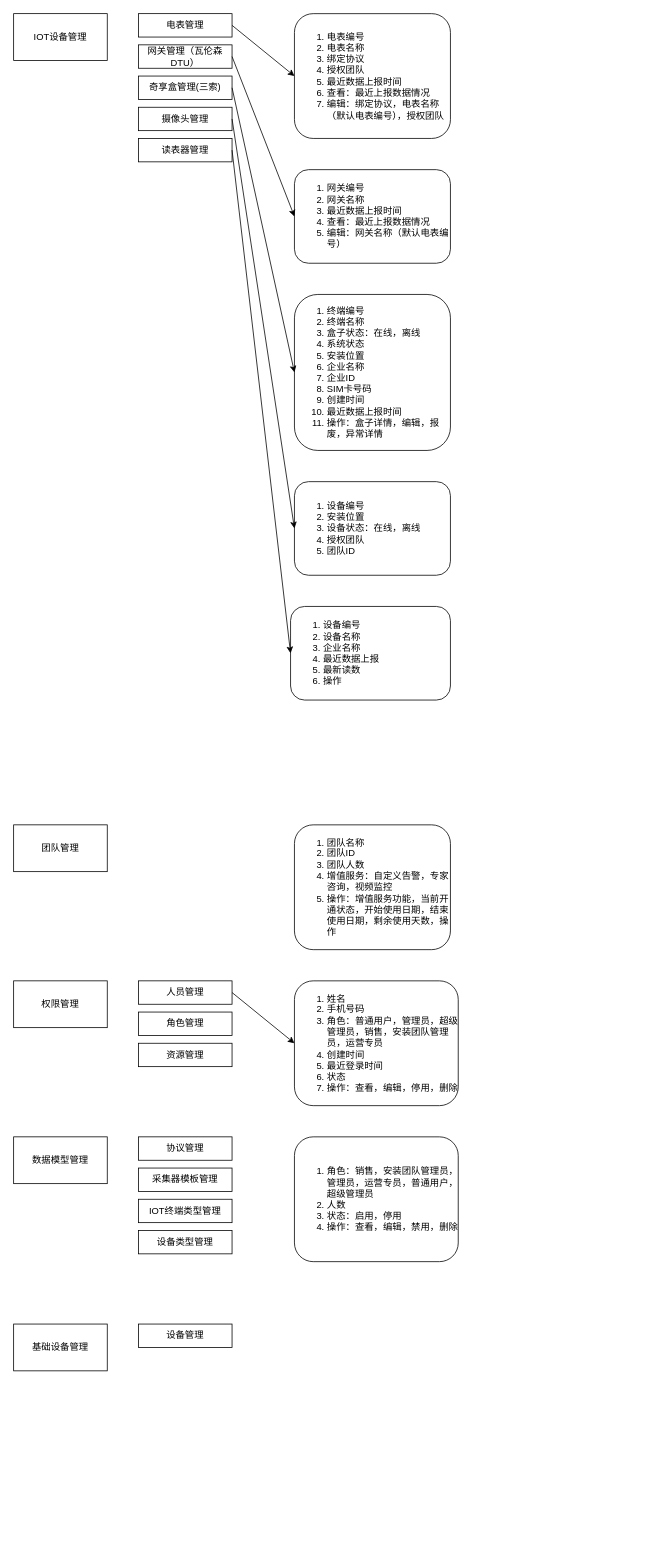
Earlier version of the draw.io diagram XdeasManagement.drawio (wenhaoyi/Xdeas). Source tidied: cells renumbered, new cells numbered last; positions are measured from the earlier drawing's top-left corner, leaving out a move shared by most shapes. Both pictures are drawn from the tidied source at 78%, with x=0, y=0 at pixel (13, 13).
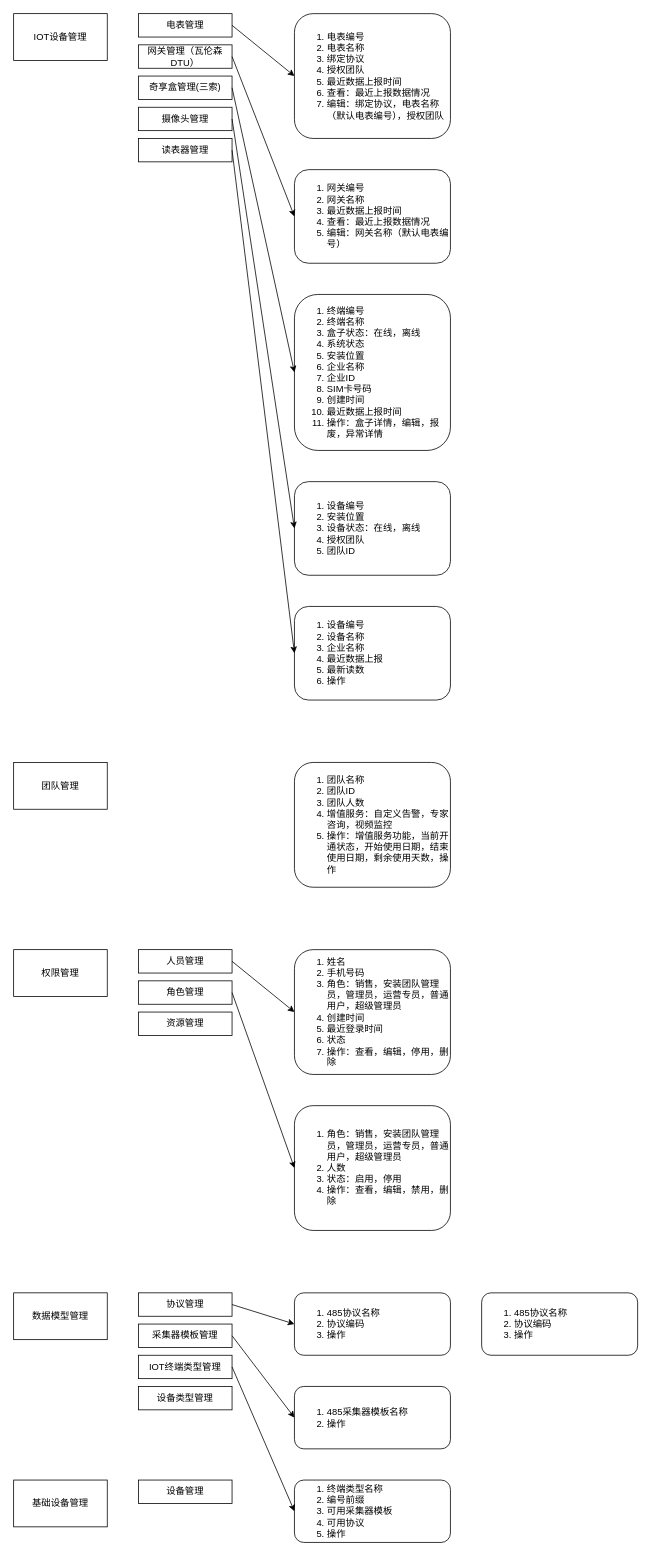
The same page after the edit.

What changed in the source:
```diff
@@
     <mxCell id="8" value="团队管理" style="rounded=0;whiteSpace=wrap;html=1;" parent="1" vertex="1">
-      <mxGeometry y="1040" width="120" height="60" as="geometry" />
+      <mxGeometry y="960" width="120" height="60" as="geometry" />
     </mxCell>
     <mxCell id="9" value="权限管理" style="rounded=0;whiteSpace=wrap;html=1;" parent="1" vertex="1">
-      <mxGeometry y="1240" width="120" height="60" as="geometry" />
+      <mxGeometry y="1200" width="120" height="60" as="geometry" />
     </mxCell>
     <mxCell id="10" value="人员管理" style="rounded=0;whiteSpace=wrap;html=1;flipH=1;flipV=1;" parent="1" vertex="1">
-      <mxGeometry x="160" y="1240" width="120" height="30" as="geometry" />
+      <mxGeometry x="160" y="1200" width="120" height="30" as="geometry" />
     </mxCell>
     <mxCell id="11" value="角色管理" style="rounded=0;whiteSpace=wrap;html=1;flipH=1;flipV=1;" parent="1" vertex="1">
-      <mxGeometry x="160" y="1280" width="120" height="30" as="geometry" />
+      <mxGeometry x="160" y="1240" width="120" height="30" as="geometry" />
     </mxCell>
     <mxCell id="12" value="资源管理" style="rounded=0;whiteSpace=wrap;html=1;flipH=1;flipV=1;" parent="1" vertex="1">
-      <mxGeometry x="160" y="1320" width="120" height="30" as="geometry" />
+      <mxGeometry x="160" y="1280" width="120" height="30" as="geometry" />
     </mxCell>
     <mxCell id="13" value="数据模型管理" style="rounded=0;whiteSpace=wrap;html=1;" parent="1" vertex="1">
-      <mxGeometry y="1440" width="120" height="60" as="geometry" />
+      <mxGeometry y="1640" width="120" height="60" as="geometry" />
     </mxCell>
     <mxCell id="14" value="协议管理" style="rounded=0;whiteSpace=wrap;html=1;flipH=1;flipV=1;" parent="1" vertex="1">
-      <mxGeometry x="160" y="1440" width="120" height="30" as="geometry" />
+      <mxGeometry x="160" y="1640" width="120" height="30" as="geometry" />
     </mxCell>
     <mxCell id="15" value="采集器模板管理" style="rounded=0;whiteSpace=wrap;html=1;flipH=1;flipV=1;" parent="1" vertex="1">
-      <mxGeometry x="160" y="1480" width="120" height="30" as="geometry" />
+      <mxGeometry x="160" y="1680" width="120" height="30" as="geometry" />
     </mxCell>
     <mxCell id="16" value="IOT终端类型管理" style="rounded=0;whiteSpace=wrap;html=1;flipH=1;flipV=1;" parent="1" vertex="1">
-      <mxGeometry x="160" y="1520" width="120" height="30" as="geometry" />
+      <mxGeometry x="160" y="1720" width="120" height="30" as="geometry" />
     </mxCell>
     <mxCell id="17" value="设备类型管理" style="rounded=0;whiteSpace=wrap;html=1;flipH=1;flipV=1;" parent="1" vertex="1">
-      <mxGeometry x="160" y="1560" width="120" height="30" as="geometry" />
+      <mxGeometry x="160" y="1760" width="120" height="30" as="geometry" />
     </mxCell>
     <mxCell id="18" value="基础设备管理" style="rounded=0;whiteSpace=wrap;html=1;" parent="1" vertex="1">
-      <mxGeometry y="1680" width="120" height="60" as="geometry" />
+      <mxGeometry y="1880" width="120" height="60" as="geometry" />
     </mxCell>
     <mxCell id="19" value="设备管理" style="rounded=0;whiteSpace=wrap;html=1;flipH=1;flipV=1;" parent="1" vertex="1">
-      <mxGeometry x="160" y="1680" width="120" height="30" as="geometry" />
+      <mxGeometry x="160" y="1880" width="120" height="30" as="geometry" />
     </mxCell>
@@
     <mxCell id="28" value="&lt;ol&gt;&lt;li&gt;设备编号&lt;/li&gt;&lt;li&gt;设备名称&lt;/li&gt;&lt;li&gt;企业名称&lt;/li&gt;&lt;li&gt;最近数据上报&lt;/li&gt;&lt;li&gt;最新读数&lt;/li&gt;&lt;li&gt;操作&lt;/li&gt;&lt;/ol&gt;" style="rounded=1;whiteSpace=wrap;html=1;align=left;" parent="1" vertex="1">
-      <mxGeometry x="355" y="760" width="205" height="120" as="geometry" />
+      <mxGeometry x="360" y="760" width="200" height="120" as="geometry" />
     </mxCell>
@@
     <mxCell id="30" value="&lt;ol&gt;&lt;li&gt;团队名称&lt;/li&gt;&lt;li&gt;团队ID&lt;/li&gt;&lt;li&gt;团队人数&lt;/li&gt;&lt;li&gt;增值服务：自定义告警，专家咨询，视频监控&lt;/li&gt;&lt;li&gt;操作：增值服务功能，当前开通状态，开始使用日期，结束使用日期，剩余使用天数，操作&lt;/li&gt;&lt;/ol&gt;" style="rounded=1;whiteSpace=wrap;html=1;align=left;" parent="1" vertex="1">
-      <mxGeometry x="360" y="1040" width="200" height="160" as="geometry" />
+      <mxGeometry x="360" y="960" width="200" height="160" as="geometry" />
     </mxCell>
-    <mxCell id="31" value="&lt;ol&gt;&lt;li&gt;姓名&lt;/li&gt;&lt;li&gt;手机号码&lt;/li&gt;&lt;li&gt;角色：普通用户，管理员，超级管理员，销售，安装团队管理员，运营专员&lt;/li&gt;&lt;li&gt;创建时间&lt;/li&gt;&lt;li&gt;最近登录时间&lt;/li&gt;&lt;li&gt;状态&lt;/li&gt;&lt;li&gt;操作：查看，编辑，停用，删除&lt;/li&gt;&lt;/ol&gt;" style="rounded=1;whiteSpace=wrap;html=1;align=left;" parent="1" vertex="1">
-      <mxGeometry x="360" y="1240" width="210" height="160" as="geometry" />
+    <mxCell id="31" value="&lt;ol&gt;&lt;li&gt;姓名&lt;/li&gt;&lt;li&gt;手机号码&lt;/li&gt;&lt;li&gt;角色：销售，安装团队管理员，管理员，运营专员，普通用户，超级管理员&lt;/li&gt;&lt;li&gt;创建时间&lt;/li&gt;&lt;li&gt;最近登录时间&lt;/li&gt;&lt;li&gt;状态&lt;/li&gt;&lt;li&gt;操作：查看，编辑，停用，删除&lt;/li&gt;&lt;/ol&gt;" style="rounded=1;whiteSpace=wrap;html=1;align=left;" parent="1" vertex="1">
+      <mxGeometry x="360" y="1200" width="200" height="160" as="geometry" />
     </mxCell>
@@
     <mxCell id="33" value="&lt;ol&gt;&lt;li&gt;角色：销售，安装团队管理员，管理员，运营专员，普通用户，超级管理员&lt;/li&gt;&lt;li&gt;人数&lt;/li&gt;&lt;li&gt;状态：启用，停用&lt;/li&gt;&lt;li&gt;操作：查看，编辑，禁用，删除&lt;/li&gt;&lt;/ol&gt;" style="rounded=1;whiteSpace=wrap;html=1;align=left;" parent="1" vertex="1">
-      <mxGeometry x="360" y="1440" width="210" height="160" as="geometry" />
+      <mxGeometry x="360" y="1400" width="200" height="160" as="geometry" />
     </mxCell>
+    <mxCell id="34" style="endArrow=classic;html=1;rounded=0;entryX=0;entryY=0.5;entryDx=0;entryDy=0;exitX=1;exitY=0.5;exitDx=0;exitDy=0;" parent="1" edge="1" source="11" target="33">
+      <mxGeometry relative="1" as="geometry" />
+    </mxCell>
+    <mxCell id="35" value="&lt;ol&gt;&lt;li&gt;485协议名称&lt;/li&gt;&lt;li&gt;协议编码&lt;/li&gt;&lt;li&gt;操作&lt;/li&gt;&lt;/ol&gt;" style="rounded=1;whiteSpace=wrap;html=1;align=left;" parent="1" vertex="1">
+      <mxGeometry x="360" y="1640" width="200" height="80" as="geometry" />
+    </mxCell>
+    <mxCell id="36" value="&lt;ol&gt;&lt;li&gt;485协议名称&lt;/li&gt;&lt;li&gt;协议编码&lt;/li&gt;&lt;li&gt;操作&lt;/li&gt;&lt;/ol&gt;" style="rounded=1;whiteSpace=wrap;html=1;align=left;" parent="1" vertex="1">
+      <mxGeometry x="600" y="1640" width="200" height="80" as="geometry" />
+    </mxCell>
+    <mxCell id="37" value="&lt;ol&gt;&lt;li&gt;485采集器模板名称&lt;/li&gt;&lt;li&gt;操作&lt;/li&gt;&lt;/ol&gt;" style="rounded=1;whiteSpace=wrap;html=1;align=left;" parent="1" vertex="1">
+      <mxGeometry x="360" y="1760" width="200" height="80" as="geometry" />
+    </mxCell>
+    <mxCell id="38" value="&lt;ol&gt;&lt;li&gt;终端类型名称&lt;/li&gt;&lt;li&gt;编号前缀&lt;/li&gt;&lt;li&gt;可用采集器模板&lt;/li&gt;&lt;li&gt;可用协议&lt;/li&gt;&lt;li&gt;操作&lt;/li&gt;&lt;/ol&gt;" style="rounded=1;whiteSpace=wrap;html=1;align=left;" parent="1" vertex="1">
+      <mxGeometry x="360" y="1880" width="200" height="80" as="geometry" />
+    </mxCell>
+    <mxCell id="39" style="endArrow=classic;html=1;rounded=0;exitX=1;exitY=0.5;exitDx=0;exitDy=0;entryX=0;entryY=0.5;entryDx=0;entryDy=0;" parent="1" edge="1" source="14" target="35">
+      <mxGeometry relative="1" as="geometry" />
+    </mxCell>
+    <mxCell id="40" style="endArrow=classic;html=1;rounded=0;exitX=1;exitY=0.5;exitDx=0;exitDy=0;entryX=0;entryY=0.5;entryDx=0;entryDy=0;" parent="1" edge="1" source="15" target="37">
+      <mxGeometry relative="1" as="geometry" />
+    </mxCell>
+    <mxCell id="41" style="endArrow=classic;html=1;rounded=0;exitX=1;exitY=0.5;exitDx=0;exitDy=0;entryX=0;entryY=0.5;entryDx=0;entryDy=0;" parent="1" edge="1" source="16" target="38">
+      <mxGeometry relative="1" as="geometry" />
+    </mxCell>
```
